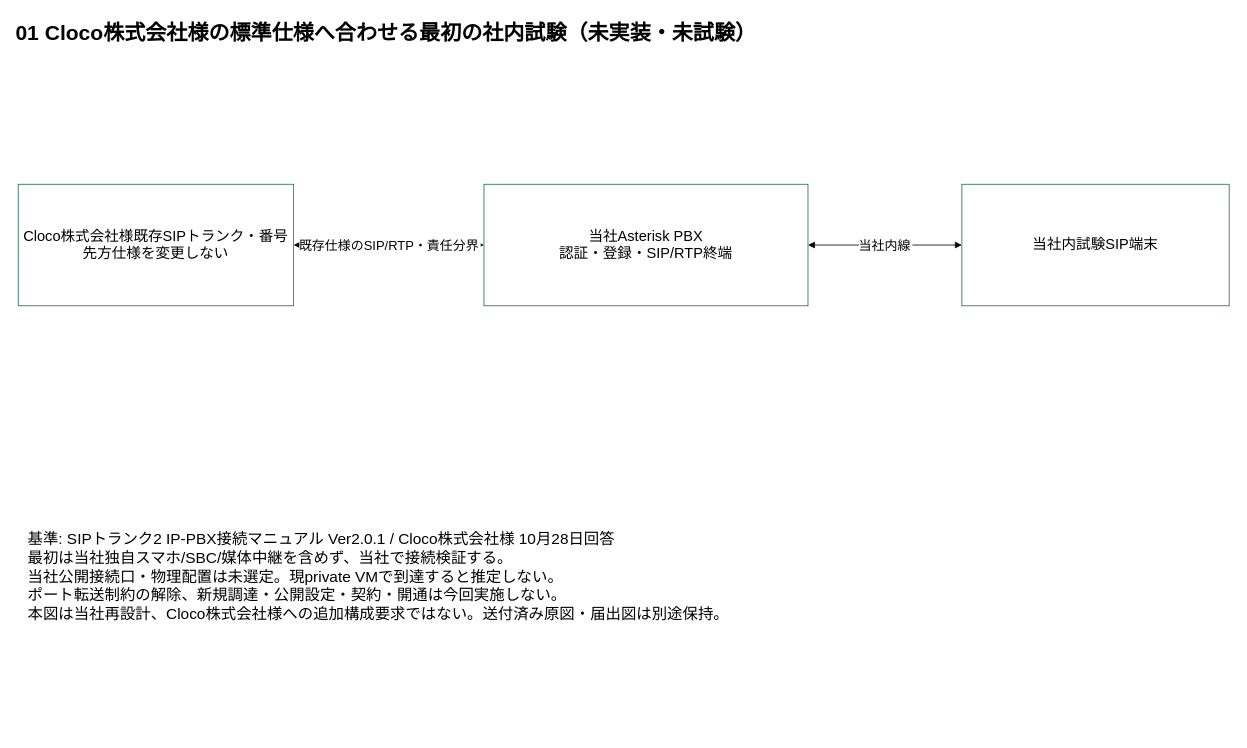
Before: page "01 Cloco株式会社様の標準仕様へ合わせる最初の社内試験（実回線未受入）" (1 of 2) of docs/specs/telephony-platform/cloco-anshin-phone-end-to-end.drawio in HirotsuguMatsumoto/anshin-phone-infra, a draw.io diagram. Source tidied: cells renumbered, new cells numbered last; positions are measured from the earlier drawing's top-left corner, leaving out a move shared by most shapes. Both pictures are drawn from the tidied source at 81%, with x=0, y=0 at pixel (14, 14).
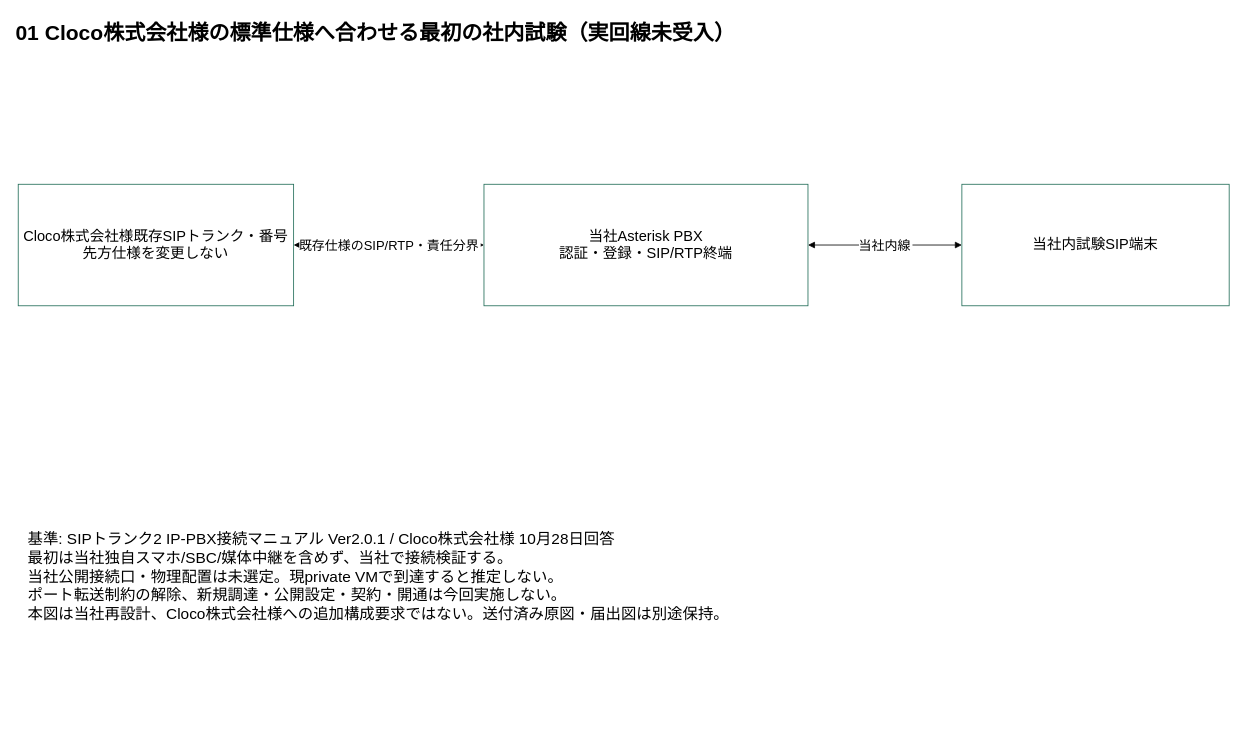
The same diagram, later.

The edit, as a diff of the source:
```diff
@@
 <mxGraphModel>
   <root>
     <mxCell id="0" />
     <mxCell id="1" parent="0" />
-    <mxCell id="2" value="01 Cloco株式会社様の標準仕様へ合わせる最初の社内試験（未実装・未試験）" style="text;html=0;align=left;fontSize=26;fontStyle=1;" parent="1" vertex="1">
+    <mxCell id="2" value="01 Cloco株式会社様の標準仕様へ合わせる最初の社内試験（実回線未受入）" style="text;html=0;align=left;fontSize=26;fontStyle=1;" parent="1" vertex="1">
       <mxGeometry width="1500" height="70" as="geometry" />
     </mxCell>
     <mxCell id="3" value="Cloco株式会社様既存SIPトランク・番号&#10;先方仕様を変更しない" style="rounded=0;whiteSpace=wrap;html=0;fontSize=18;fillColor=#FFFFFF;strokeColor=#1F6B56;" parent="1" vertex="1">
       <mxGeometry x="5" y="210" width="340" height="150" as="geometry" />
     </mxCell>
     <mxCell id="4" value="当社Asterisk PBX&#10;認証・登録・SIP/RTP終端" style="rounded=0;whiteSpace=wrap;html=0;fontSize=18;fillColor=#FFFFFF;strokeColor=#1F6B56;" parent="1" vertex="1">
       <mxGeometry x="580" y="210" width="400" height="150" as="geometry" />
     </mxCell>
     <mxCell id="5" value="当社内試験SIP端末" style="rounded=0;whiteSpace=wrap;html=0;fontSize=18;fillColor=#FFFFFF;strokeColor=#1F6B56;" parent="1" vertex="1">
       <mxGeometry x="1170" y="210" width="330" height="150" as="geometry" />
     </mxCell>
     <mxCell id="6" value="既存仕様のSIP/RTP・責任分界" style="edgeStyle=orthogonalEdgeStyle;html=0;endArrow=block;startArrow=block;fontSize=16;" parent="1" edge="1" source="3" target="4">
       <mxGeometry relative="1" as="geometry" />
     </mxCell>
     <mxCell id="7" value="当社内線" style="edgeStyle=orthogonalEdgeStyle;html=0;endArrow=block;startArrow=block;fontSize=16;" parent="1" edge="1" source="4" target="5">
       <mxGeometry relative="1" as="geometry" />
     </mxCell>
     <mxCell id="8" value="基準: SIPトランク2 IP-PBX接続マニュアル Ver2.0.1 / Cloco株式会社様 10月28日回答&#10;最初は当社独自スマホ/SBC/媒体中継を含めず、当社で接続検証する。&#10;当社公開接続口・物理配置は未選定。現private VMで到達すると推定しない。&#10;ポート転送制約の解除、新規調達・公開設定・契約・開通は今回実施しない。&#10;本図は当社再設計、Cloco株式会社様への追加構成要求ではない。送付済み原図・届出図は別途保持。" style="text;html=0;align=left;verticalAlign=top;fontSize=19;" parent="1" vertex="1">
       <mxGeometry x="15" y="630" width="1490" height="260" as="geometry" />
     </mxCell>
   </root>
 </mxGraphModel>
```
